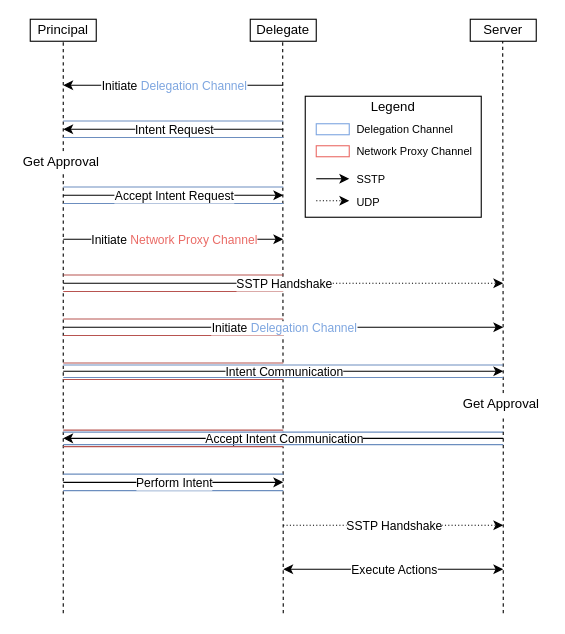
Before: paper/figures/identify_forwarding.drawio in hop-proto/hop-go, a draw.io diagram. Source tidied: cells renumbered, new cells numbered last; positions are measured from the earlier drawing's top-left corner, leaving out a move shared by most shapes. Both pictures are drawn from the tidied source at 110%, with x=0, y=0 at pixel (19, 19).
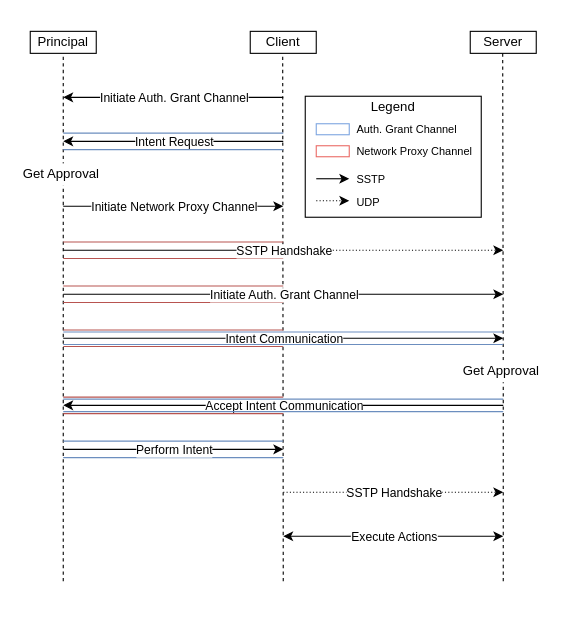
The same page after the edit.

Commit message (it also covers changes not shown here):
updates to auth grant

Diff of the diagram source:
```diff
@@
     <mxCell id="3" style="endArrow=classic;html=1;dashed=1;dashPattern=1 2;" parent="1" edge="1">
       <mxGeometry relative="1" as="geometry">
-        <mxPoint x="240" y="240" as="sourcePoint" />
-        <mxPoint x="440" y="240" as="targetPoint" />
+        <mxPoint x="240" y="210" as="sourcePoint" />
+        <mxPoint x="440" y="210" as="targetPoint" />
       </mxGeometry>
     </mxCell>
     <mxCell id="4" value="Principal" style="rounded=0;whiteSpace=wrap;html=1;" parent="1" vertex="1">
-      <mxGeometry x="10" width="60" height="20" as="geometry" />
+      <mxGeometry x="10" y="11" width="60" height="20" as="geometry" />
     </mxCell>
-    <mxCell id="5" value="Delegate" style="rounded=0;whiteSpace=wrap;html=1;" parent="1" vertex="1">
-      <mxGeometry x="210" width="60" height="20" as="geometry" />
+    <mxCell id="5" value="Client" style="rounded=0;whiteSpace=wrap;html=1;" parent="1" vertex="1">
+      <mxGeometry x="210" y="11" width="60" height="20" as="geometry" />
     </mxCell>
     <mxCell id="6" value="Server" style="rounded=0;whiteSpace=wrap;html=1;" parent="1" vertex="1">
-      <mxGeometry x="410" width="60" height="20" as="geometry" />
+      <mxGeometry x="410" y="11" width="60" height="20" as="geometry" />
     </mxCell>
     <mxCell id="7" style="endArrow=none;dashed=1;html=1;" parent="1" edge="1">
       <mxGeometry relative="1" as="geometry">
-        <mxPoint x="40" y="540" as="sourcePoint" />
-        <mxPoint x="40" y="20" as="targetPoint" />
+        <mxPoint x="40" y="511" as="sourcePoint" />
+        <mxPoint x="40" y="31" as="targetPoint" />
       </mxGeometry>
     </mxCell>
     <mxCell id="8" style="endArrow=none;dashed=1;html=1;" parent="1" edge="1">
       <mxGeometry relative="1" as="geometry">
-        <mxPoint x="240" y="540" as="sourcePoint" />
-        <mxPoint x="239.5" y="20" as="targetPoint" />
+        <mxPoint x="240" y="511" as="sourcePoint" />
+        <mxPoint x="239.5" y="31" as="targetPoint" />
       </mxGeometry>
     </mxCell>
     <mxCell id="9" style="endArrow=none;dashed=1;html=1;" parent="1" edge="1" source="42">
       <mxGeometry relative="1" as="geometry">
-        <mxPoint x="439.5" y="20" as="targetPoint" />
+        <mxPoint x="439.5" y="31" as="targetPoint" />
       </mxGeometry>
     </mxCell>
     <mxCell id="10" value="Get Approval&amp;nbsp;" style="text;html=1;strokeColor=none;align=center;verticalAlign=middle;whiteSpace=wrap;rounded=0;fillColor=#FFFFFF;" parent="1" vertex="1">
-      <mxGeometry y="120" width="80" height="20" as="geometry" />
+      <mxGeometry y="131" width="80" height="20" as="geometry" />
     </mxCell>
     <mxCell id="11" style="endArrow=classic;html=1;" parent="1" edge="1">
       <mxGeometry relative="1" as="geometry">
-        <mxPoint x="240" y="60" as="sourcePoint" />
-        <mxPoint x="40" y="60" as="targetPoint" />
+        <mxPoint x="240" y="71" as="sourcePoint" />
+        <mxPoint x="40" y="71" as="targetPoint" />
       </mxGeometry>
     </mxCell>
-    <mxCell id="12" value="Initiate &lt;font color=&quot;#7ea6e0&quot;&gt;Delegation Channel&lt;/font&gt;" style="edgeLabel;html=1;align=center;verticalAlign=middle;" parent="11" vertex="1">
+    <mxCell id="12" value="Initiate &lt;font&gt;Auth. Grant Channel&lt;/font&gt;" style="edgeLabel;html=1;align=center;verticalAlign=middle;" parent="11" vertex="1">
       <mxGeometry relative="1" as="geometry" />
     </mxCell>
     <mxCell id="13" style="endArrow=classic;html=1;" parent="1" edge="1">
       <mxGeometry relative="1" as="geometry">
-        <mxPoint x="40" y="200" as="sourcePoint" />
-        <mxPoint x="240" y="200" as="targetPoint" />
+        <mxPoint x="40" y="170" as="sourcePoint" />
+        <mxPoint x="240" y="170" as="targetPoint" />
       </mxGeometry>
     </mxCell>
-    <mxCell id="14" value="Initiate &lt;font color=&quot;#ea6b66&quot;&gt;Network Proxy Channel&lt;/font&gt;" style="edgeLabel;html=1;align=center;verticalAlign=middle;" parent="13" vertex="1">
+    <mxCell id="14" value="Initiate &lt;font&gt;Network Proxy Channel&lt;/font&gt;" style="edgeLabel;html=1;align=center;verticalAlign=middle;" parent="13" vertex="1">
       <mxGeometry relative="1" as="geometry" />
     </mxCell>
     <mxCell id="15" style="endArrow=classic;html=1;" parent="1" edge="1">
       <mxGeometry relative="1" as="geometry">
-        <mxPoint x="240" y="100" as="sourcePoint" />
-        <mxPoint x="40" y="100" as="targetPoint" />
+        <mxPoint x="240" y="111" as="sourcePoint" />
+        <mxPoint x="40" y="111" as="targetPoint" />
       </mxGeometry>
     </mxCell>
@@
     <mxCell id="17" style="shape=link;html=1;width=15;fillColor=#dae8fc;strokeColor=#6c8ebf;" parent="1" edge="1">
       <mxGeometry relative="1" as="geometry">
-        <mxPoint x="40" y="100" as="sourcePoint" />
-        <mxPoint x="240" y="100" as="targetPoint" />
+        <mxPoint x="40" y="111" as="sourcePoint" />
+        <mxPoint x="240" y="111" as="targetPoint" />
       </mxGeometry>
     </mxCell>
-    <mxCell id="18" style="shape=link;html=1;width=15;fillColor=#dae8fc;strokeColor=#6c8ebf;" parent="1" edge="1">
-      <mxGeometry relative="1" as="geometry">
-        <mxPoint x="40" y="160" as="sourcePoint" />
-        <mxPoint x="240" y="160" as="targetPoint" />
-      </mxGeometry>
-    </mxCell>
-    <mxCell id="19" style="endArrow=classic;html=1;" parent="1" edge="1">
-      <mxGeometry relative="1" as="geometry">
-        <mxPoint x="40" y="160" as="sourcePoint" />
-        <mxPoint x="240" y="160" as="targetPoint" />
-      </mxGeometry>
-    </mxCell>
-    <mxCell id="20" value="Accept Intent Request" style="edgeLabel;html=1;align=center;verticalAlign=middle;" parent="19" vertex="1">
-      <mxGeometry relative="1" as="geometry" />
-    </mxCell>
     <mxCell id="21" style="shape=link;html=1;width=15;fillColor=#f8cecc;strokeColor=#b85450;" parent="1" edge="1">
       <mxGeometry relative="1" as="geometry">
-        <mxPoint x="40" y="240" as="sourcePoint" />
-        <mxPoint x="240" y="240" as="targetPoint" />
+        <mxPoint x="40" y="210" as="sourcePoint" />
+        <mxPoint x="240" y="210" as="targetPoint" />
       </mxGeometry>
     </mxCell>
     <mxCell id="22" style="endArrow=none;html=1;endFill=0;" parent="1" edge="1">
       <mxGeometry relative="1" as="geometry">
-        <mxPoint x="40" y="240" as="sourcePoint" />
-        <mxPoint x="240" y="240" as="targetPoint" />
+        <mxPoint x="40" y="210" as="sourcePoint" />
+        <mxPoint x="240" y="210" as="targetPoint" />
       </mxGeometry>
     </mxCell>
@@
     <mxCell id="24" style="shape=link;html=1;width=15;fillColor=#f8cecc;strokeColor=#b85450;" parent="1" edge="1">
       <mxGeometry relative="1" as="geometry">
-        <mxPoint x="40" y="280" as="sourcePoint" />
-        <mxPoint x="240" y="280" as="targetPoint" />
+        <mxPoint x="40" y="250" as="sourcePoint" />
+        <mxPoint x="240" y="250" as="targetPoint" />
       </mxGeometry>
     </mxCell>
     <mxCell id="25" style="endArrow=classic;html=1;" parent="1" edge="1">
       <mxGeometry relative="1" as="geometry">
-        <mxPoint x="40" y="280" as="sourcePoint" />
-        <mxPoint x="440" y="280" as="targetPoint" />
+        <mxPoint x="40" y="250" as="sourcePoint" />
+        <mxPoint x="440" y="250" as="targetPoint" />
       </mxGeometry>
     </mxCell>
-    <mxCell id="26" value="Initiate &lt;font color=&quot;#7ea6e0&quot;&gt;Delegation Channel&lt;/font&gt;" style="edgeLabel;html=1;align=center;verticalAlign=middle;" parent="25" vertex="1">
+    <mxCell id="26" value="Initiate &lt;font&gt;Auth. Grant Channel&lt;/font&gt;" style="edgeLabel;html=1;align=center;verticalAlign=middle;" parent="25" vertex="1">
       <mxGeometry relative="1" as="geometry" />
     </mxCell>
     <mxCell id="27" style="endArrow=classic;html=1;" parent="1" edge="1">
       <mxGeometry relative="1" as="geometry">
-        <mxPoint x="40" y="320" as="sourcePoint" />
-        <mxPoint x="440" y="320" as="targetPoint" />
+        <mxPoint x="40" y="290" as="sourcePoint" />
+        <mxPoint x="440" y="290" as="targetPoint" />
       </mxGeometry>
     </mxCell>
@@
     <mxCell id="29" style="shape=link;html=1;width=11.379310344827587;fillColor=#dae8fc;strokeColor=#6c8ebf;" parent="1" edge="1">
       <mxGeometry relative="1" as="geometry">
-        <mxPoint x="40" y="320" as="sourcePoint" />
-        <mxPoint x="440" y="320" as="targetPoint" />
+        <mxPoint x="40" y="290" as="sourcePoint" />
+        <mxPoint x="440" y="290" as="targetPoint" />
       </mxGeometry>
     </mxCell>
     <mxCell id="30" style="shape=link;html=1;width=15;fillColor=#f8cecc;strokeColor=#b85450;" parent="1" edge="1">
       <mxGeometry relative="1" as="geometry">
-        <mxPoint x="40" y="320" as="sourcePoint" />
-        <mxPoint x="240" y="320" as="targetPoint" />
+        <mxPoint x="40" y="290" as="sourcePoint" />
+        <mxPoint x="240" y="290" as="targetPoint" />
       </mxGeometry>
     </mxCell>
     <mxCell id="31" style="endArrow=classic;html=1;" parent="1" edge="1">
       <mxGeometry relative="1" as="geometry">
-        <mxPoint x="440" y="381" as="sourcePoint" />
-        <mxPoint x="40" y="381" as="targetPoint" />
+        <mxPoint x="440" y="351" as="sourcePoint" />
+        <mxPoint x="40" y="351" as="targetPoint" />
       </mxGeometry>
     </mxCell>
@@
     <mxCell id="33" style="shape=link;html=1;width=11.379310344827587;fillColor=#dae8fc;strokeColor=#6c8ebf;" parent="1" edge="1">
       <mxGeometry relative="1" as="geometry">
-        <mxPoint x="40" y="381" as="sourcePoint" />
-        <mxPoint x="440" y="381" as="targetPoint" />
+        <mxPoint x="40" y="351" as="sourcePoint" />
+        <mxPoint x="440" y="351" as="targetPoint" />
       </mxGeometry>
     </mxCell>
     <mxCell id="34" style="shape=link;html=1;width=15;fillColor=#f8cecc;strokeColor=#b85450;" parent="1" edge="1">
       <mxGeometry relative="1" as="geometry">
-        <mxPoint x="40" y="381" as="sourcePoint" />
-        <mxPoint x="240" y="381" as="targetPoint" />
+        <mxPoint x="40" y="351" as="sourcePoint" />
+        <mxPoint x="240" y="351" as="targetPoint" />
       </mxGeometry>
     </mxCell>
     <mxCell id="35" style="shape=link;html=1;width=15;fillColor=#dae8fc;strokeColor=#6c8ebf;" parent="1" edge="1">
       <mxGeometry relative="1" as="geometry">
-        <mxPoint x="40" y="421" as="sourcePoint" />
-        <mxPoint x="240" y="421" as="targetPoint" />
+        <mxPoint x="40" y="391" as="sourcePoint" />
+        <mxPoint x="240" y="391" as="targetPoint" />
       </mxGeometry>
     </mxCell>
     <mxCell id="36" style="endArrow=classic;html=1;" parent="1" edge="1">
       <mxGeometry relative="1" as="geometry">
-        <mxPoint x="40" y="421" as="sourcePoint" />
-        <mxPoint x="240" y="421" as="targetPoint" />
+        <mxPoint x="40" y="391" as="sourcePoint" />
+        <mxPoint x="240" y="391" as="targetPoint" />
       </mxGeometry>
     </mxCell>
@@
     <mxCell id="38" style="endArrow=classic;html=1;dashed=1;dashPattern=1 2;" parent="1" edge="1">
       <mxGeometry relative="1" as="geometry">
-        <mxPoint x="240" y="460" as="sourcePoint" />
-        <mxPoint x="440" y="460" as="targetPoint" />
+        <mxPoint x="240" y="430" as="sourcePoint" />
+        <mxPoint x="440" y="430" as="targetPoint" />
       </mxGeometry>
     </mxCell>
@@
     <mxCell id="40" style="endArrow=classic;startArrow=classic;html=1;" parent="1" edge="1">
       <mxGeometry relative="1" as="geometry">
-        <mxPoint x="240" y="500" as="sourcePoint" />
-        <mxPoint x="440" y="500" as="targetPoint" />
+        <mxPoint x="240" y="470" as="sourcePoint" />
+        <mxPoint x="440" y="470" as="targetPoint" />
       </mxGeometry>
     </mxCell>
@@
     <mxCell id="42" value="Get Approval&amp;nbsp;" style="text;html=1;strokeColor=none;align=center;verticalAlign=middle;whiteSpace=wrap;rounded=0;fillColor=#FFFFFF;" parent="1" vertex="1">
-      <mxGeometry x="400" y="340" width="80" height="20" as="geometry" />
+      <mxGeometry x="400" y="310" width="80" height="20" as="geometry" />
     </mxCell>
     <mxCell id="43" style="endArrow=none;dashed=1;html=1;" parent="1" edge="1" target="42">
       <mxGeometry relative="1" as="geometry">
-        <mxPoint x="440" y="540" as="sourcePoint" />
+        <mxPoint x="440" y="511" as="sourcePoint" />
       </mxGeometry>
     </mxCell>
@@
-    <mxCell id="45" value="&lt;font style=&quot;font-size: 10px&quot;&gt;Delegation Channel&lt;/font&gt;" style="text;html=1;strokeColor=none;fillColor=none;align=left;verticalAlign=middle;whiteSpace=wrap;rounded=0;labelBackgroundColor=#FFFFFF;" parent="1" vertex="1">
+    <mxCell id="45" value="&lt;font style=&quot;font-size: 10px&quot;&gt;Auth. Grant Channel&lt;/font&gt;" style="text;html=1;strokeColor=none;fillColor=none;align=left;verticalAlign=middle;whiteSpace=wrap;rounded=0;labelBackgroundColor=#FFFFFF;" parent="1" vertex="1">
       <mxGeometry x="305" y="90" width="115" height="20" as="geometry" />
     </mxCell>
```
